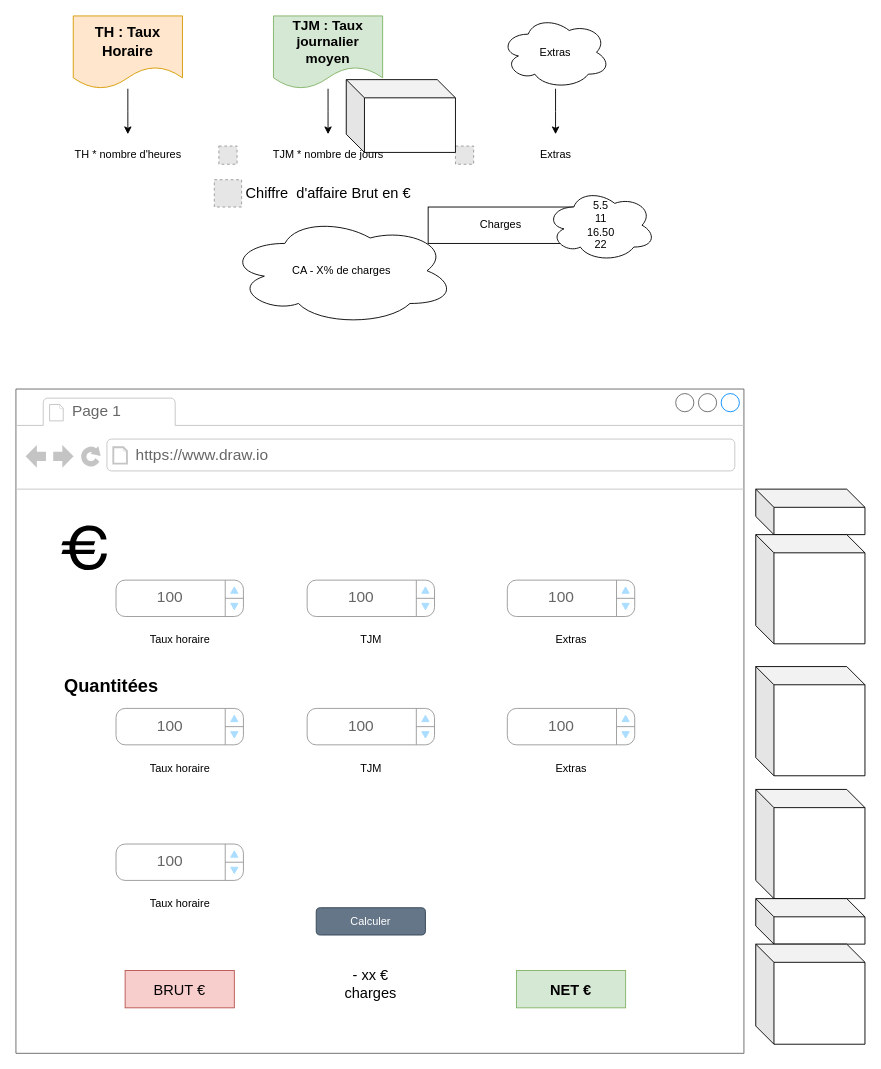
Above: FreelanceMoney/maquette.drawio in Fredlannes/projetJS (draw.io), before the change. Source tidied: cells renumbered, new cells numbered last; positions are measured from the earlier drawing's top-left corner, leaving out a move shared by most shapes. Both pictures are drawn from the tidied source at 91%, with x=0, y=0 at pixel (15, 15). Pictures stored in the file or linked from it are replaced by grey dashed boxes.
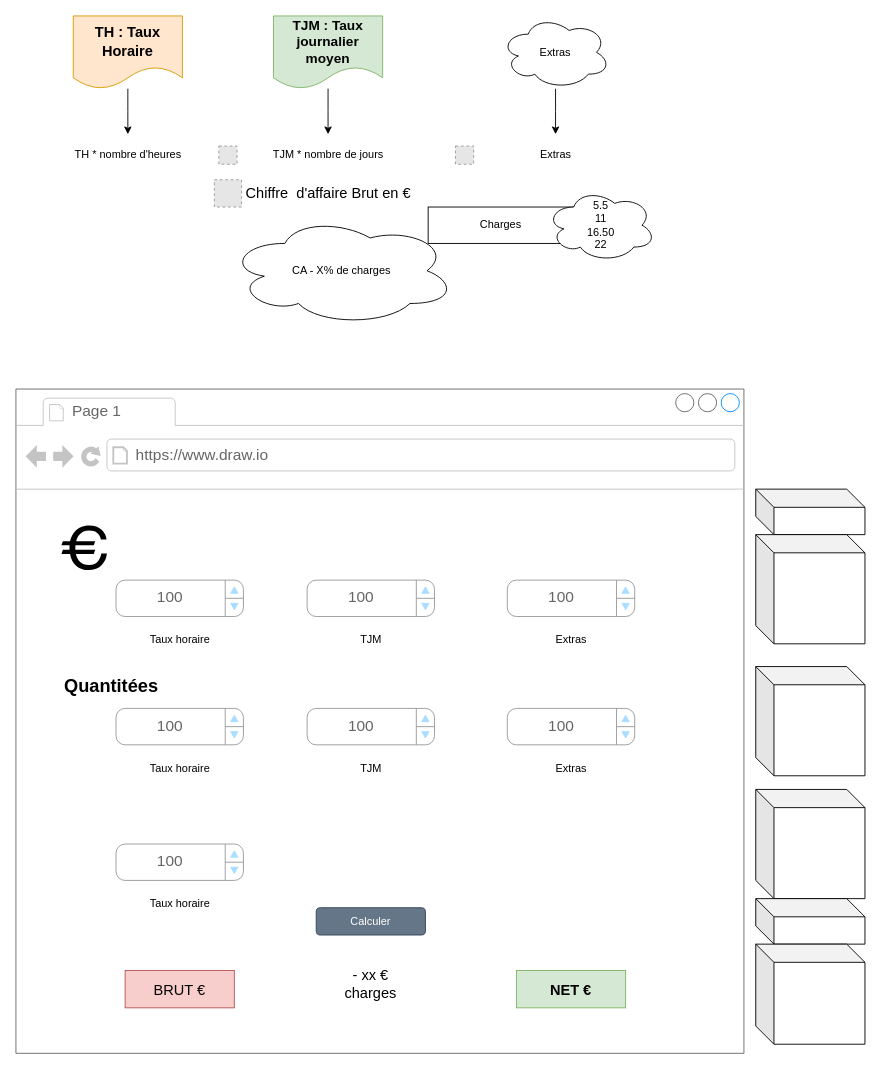
Above is the later version.

Change to the diagram source:
```diff
@@
-    <mxCell id="41" style="shape=cube;whiteSpace=wrap;html=1;boundedLbl=1;backgroundOutline=1;darkOpacity=0.05;darkOpacity2=0.1;" parent="1" vertex="1">
-      <mxGeometry x="363" y="70" width="120" height="80" as="geometry" />
-    </mxCell>
```
